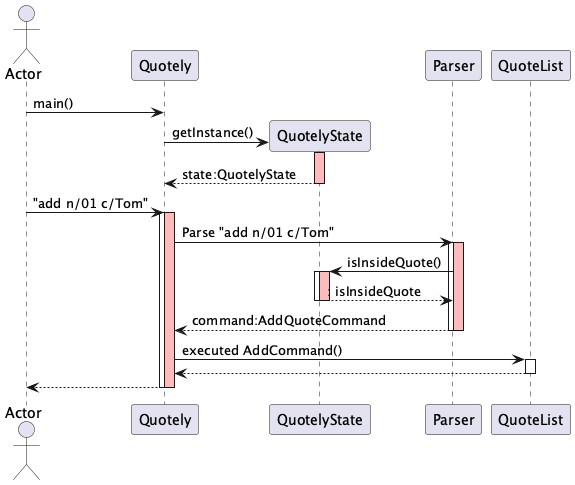
Tanjy55/tp keeps this PlantUML diagram as uml/quotelystate-implementation.png. Above is the earlier version.
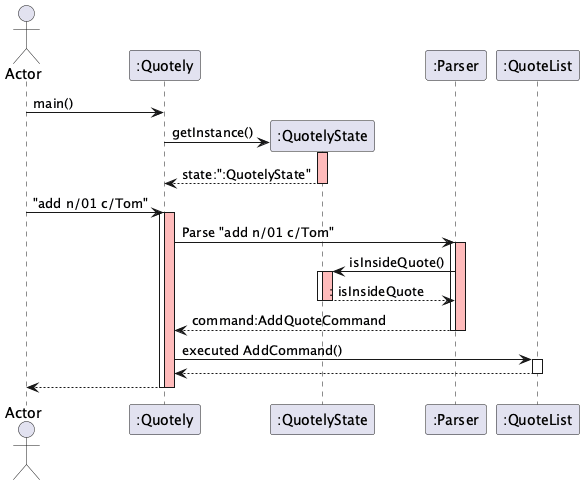
The same file after the commit.

Diff of the diagram source:
```diff
@@ -1,33 +1,33 @@
 @startuml
 actor Actor
-participant Quotely
-participant QuotelyState
-participant Parser
-participant QuoteList
+participant ":Quotely"
+participant ":QuotelyState"
+participant ":Parser"
+participant ":QuoteList"
 
-Actor -> Quotely: main()
+Actor -> ":Quotely": main()
 
-Quotely -> QuotelyState **: getInstance()
-activate QuotelyState #FFBBBB
-return state:QuotelyState
-deactivate QuotelyState
+":Quotely" -> ":QuotelyState" **: getInstance()
+activate ":QuotelyState" #FFBBBB
+return state:":QuotelyState"
+deactivate ":QuotelyState"
 
-Actor -> Quotely ++ : "add n/01 c/Tom"
-activate Quotely #FFBBBB
+Actor -> ":Quotely" ++ : "add n/01 c/Tom"
+activate ":Quotely" #FFBBBB
 
-Quotely -> Parser ++ : Parse "add n/01 c/Tom"
-activate Parser #FFBBBB
-Parser -> QuotelyState ++ : isInsideQuote()
-activate QuotelyState #FFBBBB
+":Quotely" -> ":Parser" ++ : Parse "add n/01 c/Tom"
+activate ":Parser" #FFBBBB
+":Parser" -> ":QuotelyState" ++ : isInsideQuote()
+activate ":QuotelyState" #FFBBBB
 return: isInsideQuote
-deactivate QuotelyState
+deactivate ":QuotelyState"
 return command:AddQuoteCommand
-deactivate Parser
+deactivate ":Parser"
 
-Quotely -> QuoteList ++ : executed AddCommand()
+":Quotely" -> ":QuoteList" ++ : executed AddCommand()
 return
 
 return
-deactivate Quotely
+deactivate ":Quotely"
 
 @enduml
```
